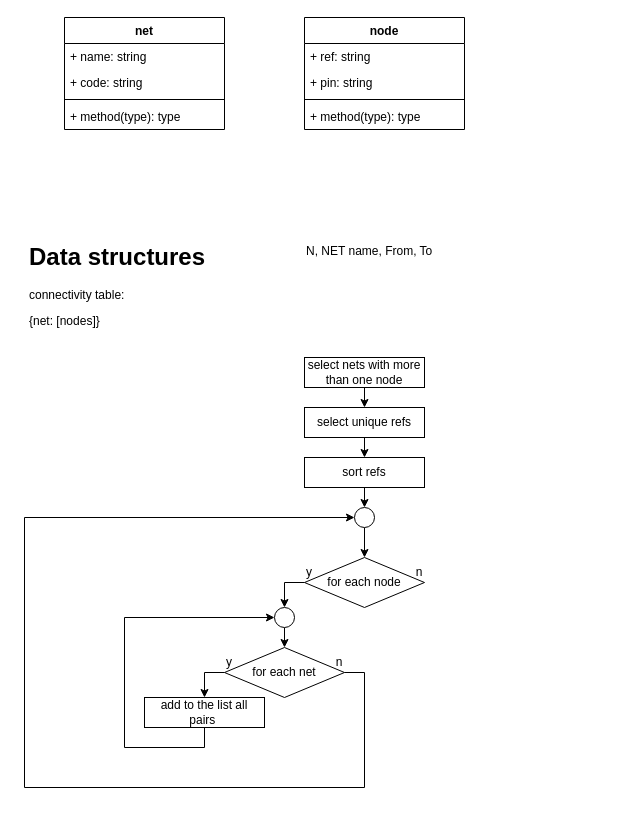
This is netlist_parser.drawio from gordyushenkov/KiCad_CT_parser, a draw.io file, before an edit. Source tidied: cells renumbered, new cells numbered last; positions are measured from the earlier drawing's top-left corner, leaving out a move shared by most shapes. Both pictures are drawn from the tidied source at 100%, with x=0, y=0 at pixel (24, 17).
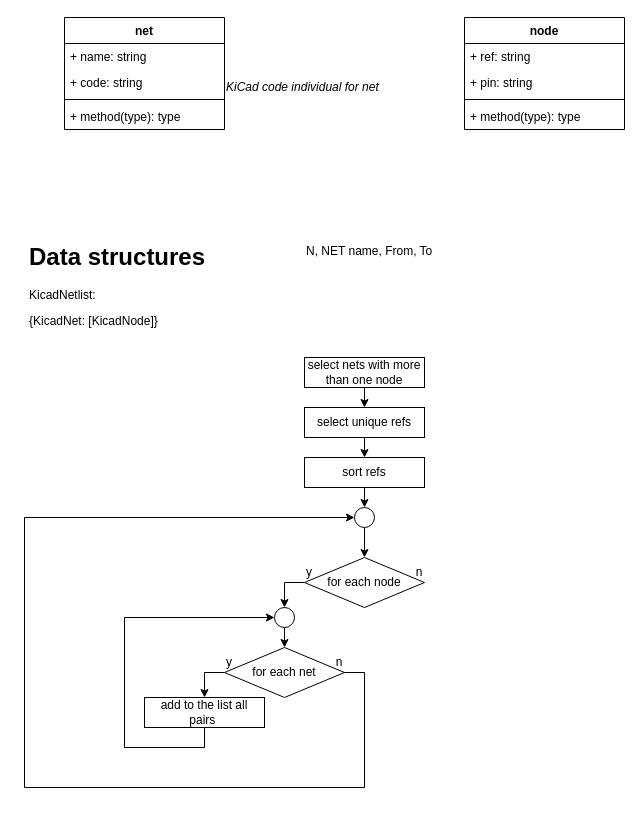
The same diagram, later.

Diff of the diagram source:
```diff
@@
     <mxCell id="7" value="node" style="swimlane;fontStyle=1;align=center;verticalAlign=top;horizontal=1;startSize=26;" parent="1" vertex="1">
-      <mxGeometry x="280" width="160" height="112" as="geometry" />
+      <mxGeometry x="440" width="160" height="112" as="geometry" />
     </mxCell>
@@
-    <mxCell id="12" value="&lt;h1&gt;Data structures&lt;/h1&gt;&lt;p&gt;connectivity table:&lt;/p&gt;&lt;p&gt;{net: [nodes]}&lt;/p&gt;" style="text;html=1;strokeColor=none;fillColor=none;spacing=5;spacingTop=-20;whiteSpace=wrap;overflow=hidden;rounded=0;" parent="1" vertex="1">
+    <mxCell id="12" value="&lt;h1&gt;Data structures&lt;/h1&gt;&lt;p&gt;KicadNetlist:&lt;/p&gt;&lt;p&gt;{KicadNet: [KicadNode]}&lt;/p&gt;" style="text;html=1;strokeColor=none;fillColor=none;spacing=5;spacingTop=-20;whiteSpace=wrap;overflow=hidden;rounded=0;" parent="1" vertex="1">
       <mxGeometry y="220" width="240" height="170" as="geometry" />
     </mxCell>
@@
+    <mxCell id="35" value="KiCad code individual for net" style="text;html=1;strokeColor=none;fillColor=none;align=left;verticalAlign=middle;whiteSpace=wrap;rounded=0;fontStyle=2;" parent="1" vertex="1">
+      <mxGeometry x="200" y="60" width="170" height="20" as="geometry" />
+    </mxCell>
```
